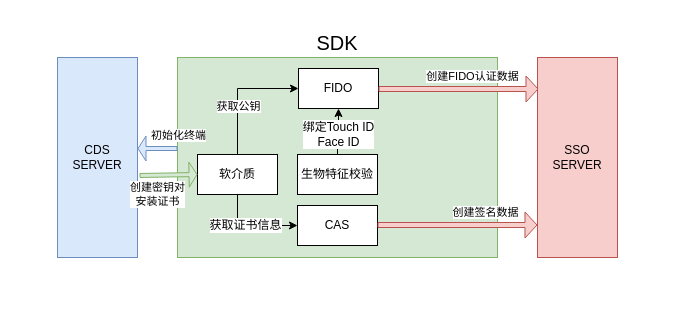
Earlier version of the draw.io diagram 身份认证.drawio (mobof/Koal). Source tidied: cells renumbered, new cells numbered last; positions are measured from the earlier drawing's top-left corner, leaving out a move shared by most shapes. Both pictures are drawn from the tidied source at 100%, with x=0, y=0 at pixel (57, 57).
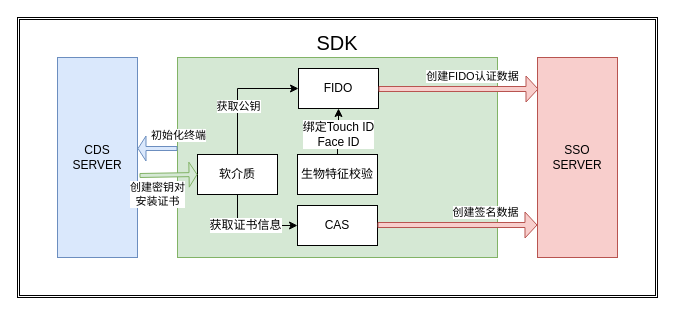
Above is the later version.

Diff of the diagram source:
```diff
@@
+    <mxCell id="22" style="shape=ext;double=1;rounded=0;whiteSpace=wrap;html=1;fontSize=12;verticalAlign=bottom;" parent="1" vertex="1">
+      <mxGeometry x="-40" y="-40" width="640" height="280" as="geometry" />
+    </mxCell>
```
